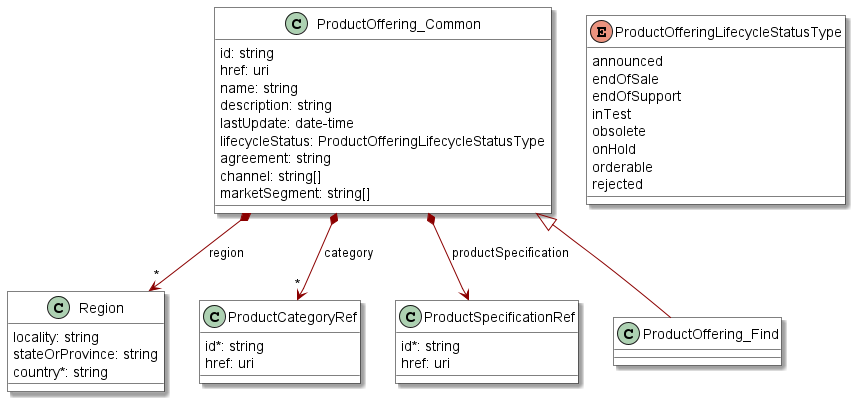
Before: documentation/productApi/catalog/media/offeringModel_find.png, a diagram exported from PlantUML (MEF-GIT/MEF-LSO-Sonata-SDK).
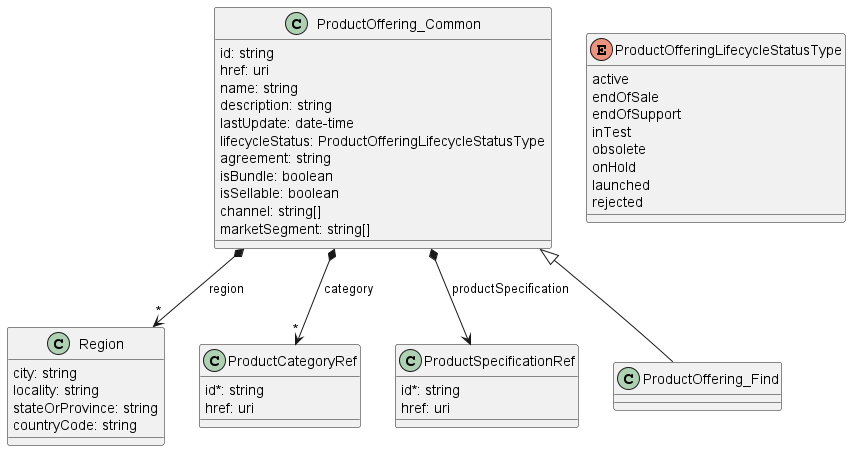
After the change.

The edit, as a diff of the source:
```diff
@@ -1,14 +1,4 @@
 @startuml
-skinparam {
-    ClassBackgroundColor White
-    ClassBorderColor Black
-    shadowing true
-    RoundCorner 0
-    LineColor DarkRed
-    ArrowColor DarkRed
-    ArrowThickness 1
-}
-
 
 
 class ProductOffering_Common {
@@ -20,6 +10,8 @@
     lastUpdate: date-time
     lifecycleStatus: ProductOfferingLifecycleStatusType
     agreement: string
+    isBundle: boolean
+    isSellable: boolean
     channel: string[]
     marketSegment: string[]
 }
@@ -39,23 +31,24 @@
     id*: string
     href: uri
 }
-
 class Region {
 
+    city: string
     locality: string
     stateOrProvince: string
-    country*: string
+    countryCode: string
 }
+
 
 enum ProductOfferingLifecycleStatusType {
 
-    announced
+    active
     endOfSale
     endOfSupport
     inTest
     obsolete
     onHold
-    orderable
+    launched
     rejected
 }
 
```
